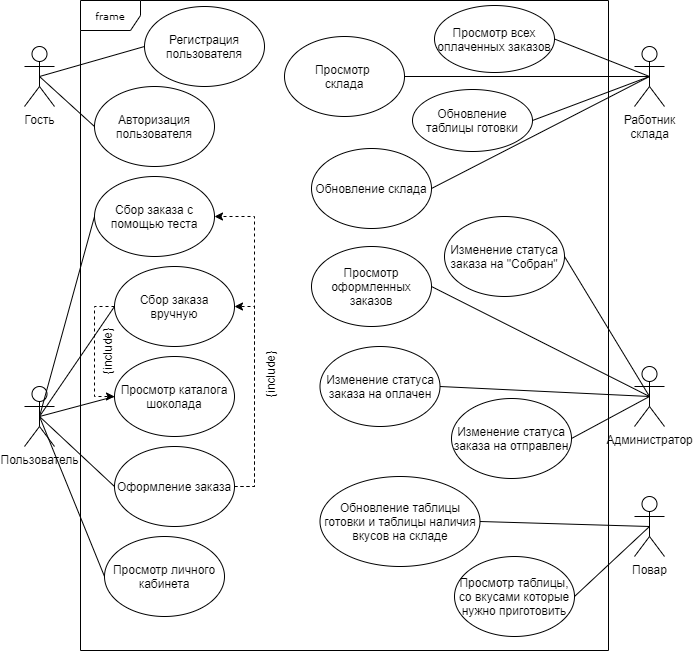
The draw.io diagram Диаграмма прецедентов использования.png in frobbery/chocolate-shop, before a commit. Source tidied: cells renumbered, new cells last; positions are measured from the earlier drawing's top-left corner, leaving out a move shared by most shapes.
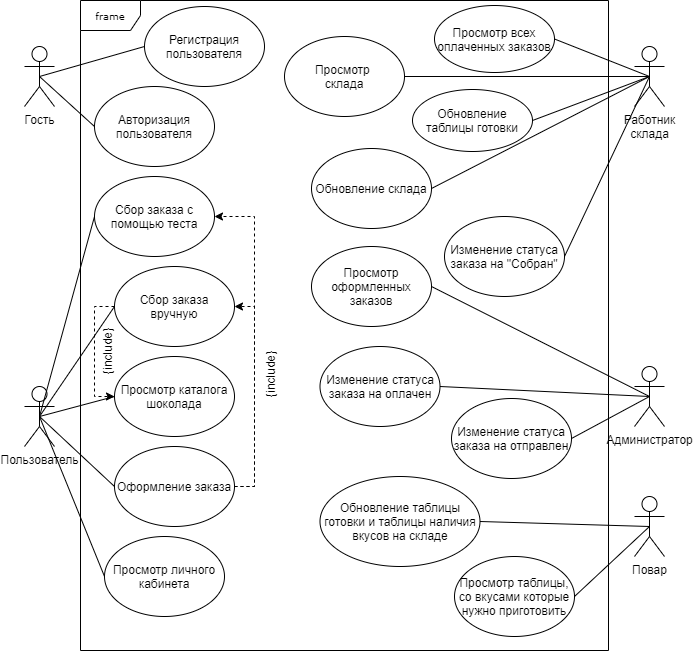
Later version of the same file.

What changed in the source:
```diff
@@ -113,7 +113,7 @@
     <mxCell id="38" style="endArrow=none;html=1;rounded=0;entryX=0.5;entryY=0.5;entryDx=0;entryDy=0;entryPerimeter=0;exitX=1;exitY=0.5;exitDx=0;exitDy=0;" parent="1" edge="1" source="23" target="6">
       <mxGeometry relative="1" as="geometry" />
     </mxCell>
-    <mxCell id="39" style="endArrow=none;html=1;rounded=0;exitX=1;exitY=0.5;exitDx=0;exitDy=0;entryX=0.5;entryY=0.5;entryDx=0;entryDy=0;entryPerimeter=0;" parent="1" edge="1" source="24" target="7">
+    <mxCell id="39" style="endArrow=none;html=1;rounded=0;exitX=1;exitY=0.5;exitDx=0;exitDy=0;entryX=0.5;entryY=0.5;entryDx=0;entryDy=0;entryPerimeter=0;" parent="1" edge="1" source="24" target="6">
       <mxGeometry relative="1" as="geometry" />
     </mxCell>
     <mxCell id="40" style="endArrow=none;html=1;rounded=0;entryX=0.5;entryY=0.5;entryDx=0;entryDy=0;entryPerimeter=0;exitX=1;exitY=0.5;exitDx=0;exitDy=0;" parent="1" edge="1" source="25" target="7">
```
